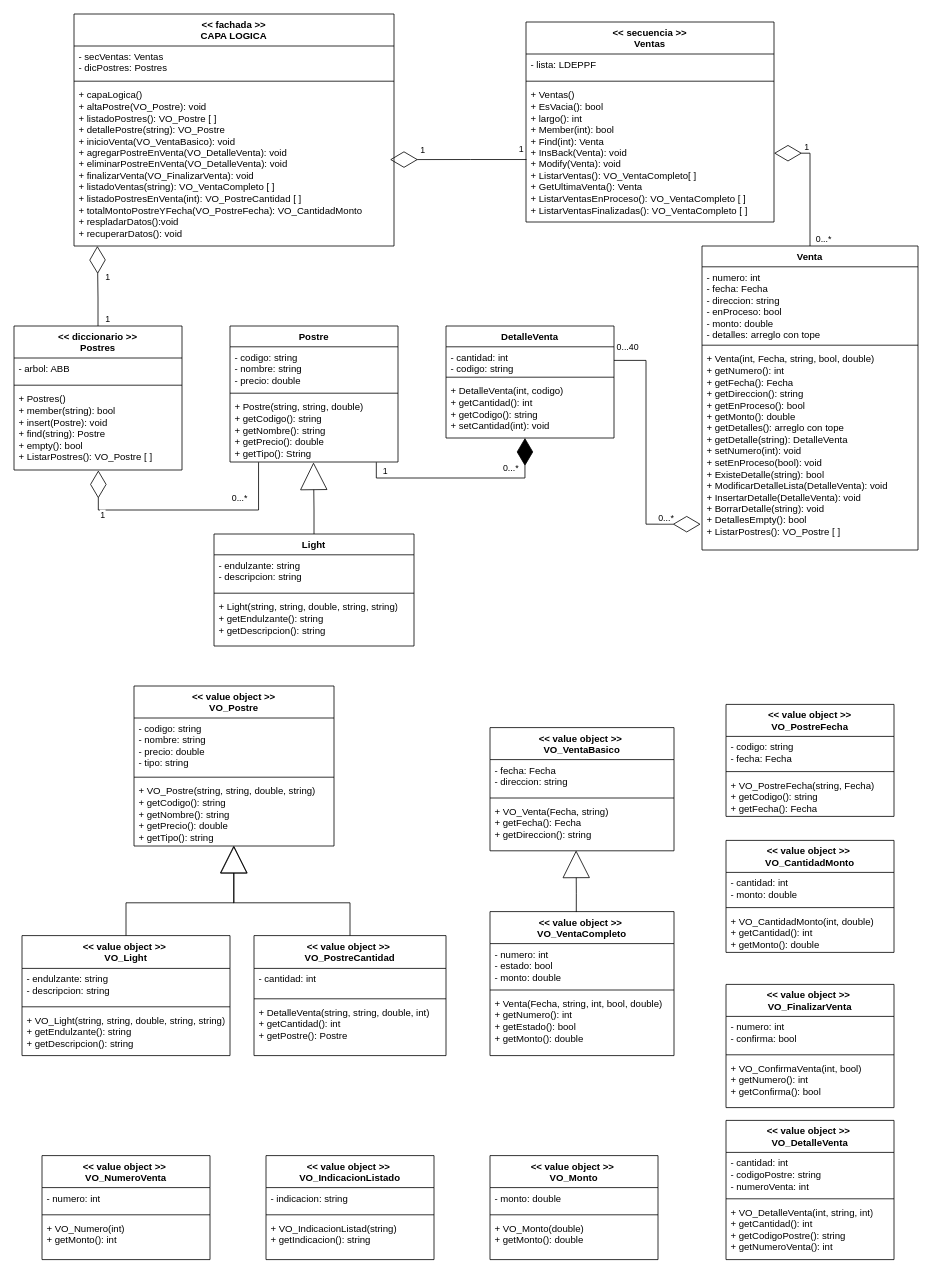
Above: DOCS/Diagramas/Diagrama de clases de implementación.drawio in faussantos/UDE_TALLER_2_2026 (draw.io), before the change. Source tidied: cells renumbered, new cells numbered last; positions are measured from the earlier drawing's top-left corner, leaving out a move shared by most shapes. Both pictures are drawn from the tidied source at 80%, with x=0, y=0 at pixel (14, 14).
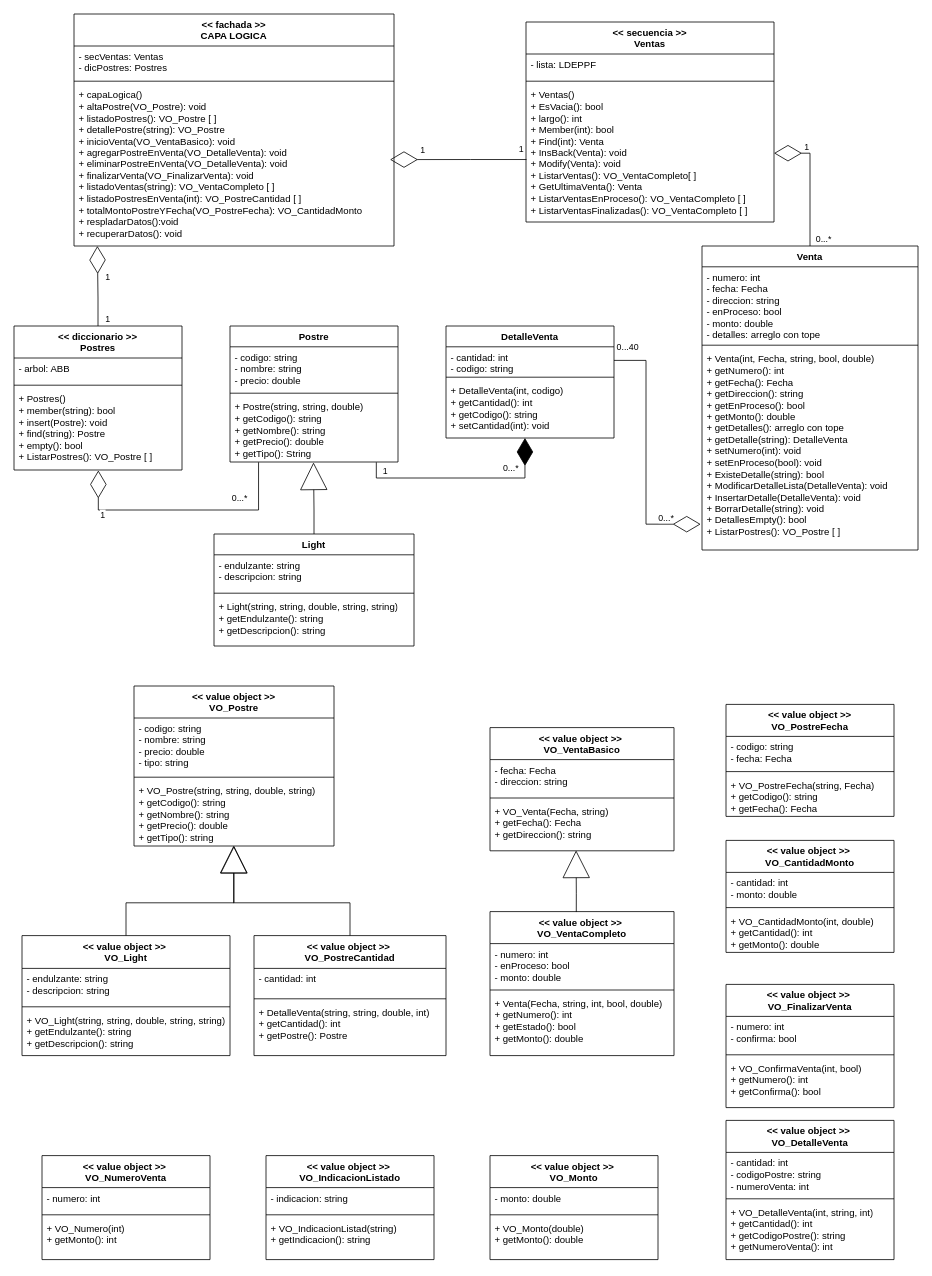
The same page after the edit.

Commit message (it also covers changes not shown here):
Clase Ventas finalizada. Inicio capa logica. Metodo listar postres. Diagrama cambiar estado por enProceso

The change refers to these unchanged cells:
```xml
<mxCell id="70" value="&lt;div&gt;&amp;lt;&amp;lt; value object &amp;gt;&amp;gt;&amp;nbsp;&lt;/div&gt;VO_VentaCompleto" style="swimlane;fontStyle=1;align=center;verticalAlign=top;horizontal=1;startSize=40;whiteSpace=wrap;html=1;" parent="1" vertex="1">
  <mxGeometry x="595" y="1122" width="230" height="180" as="geometry" />
</mxCell>
```

Diff of the diagram source:
```diff
@@
-    <mxCell id="71" value="- numero: int&lt;div&gt;&lt;span style=&quot;background-color: transparent; color: light-dark(rgb(0, 0, 0), rgb(255, 255, 255));&quot;&gt;- estado: bool&lt;/span&gt;&lt;/div&gt;&lt;div&gt;- monto: double&lt;/div&gt;&lt;div&gt;&lt;br&gt;&lt;/div&gt;" style="text;strokeColor=none;fillColor=none;align=left;verticalAlign=top;spacingLeft=4;spacingRight=4;overflow=hidden;whiteSpace=wrap;html=1;" parent="70" vertex="1">
+    <mxCell id="71" value="- numero: int&lt;div&gt;&lt;span style=&quot;background-color: transparent; color: light-dark(rgb(0, 0, 0), rgb(255, 255, 255));&quot;&gt;- enProceso: bool&lt;/span&gt;&lt;/div&gt;&lt;div&gt;- monto: double&lt;/div&gt;&lt;div&gt;&lt;br&gt;&lt;/div&gt;" style="text;strokeColor=none;fillColor=none;align=left;verticalAlign=top;spacingLeft=4;spacingRight=4;overflow=hidden;whiteSpace=wrap;html=1;" parent="70" vertex="1">
       <mxGeometry y="40" width="230" height="54" as="geometry" />
     </mxCell>
```
